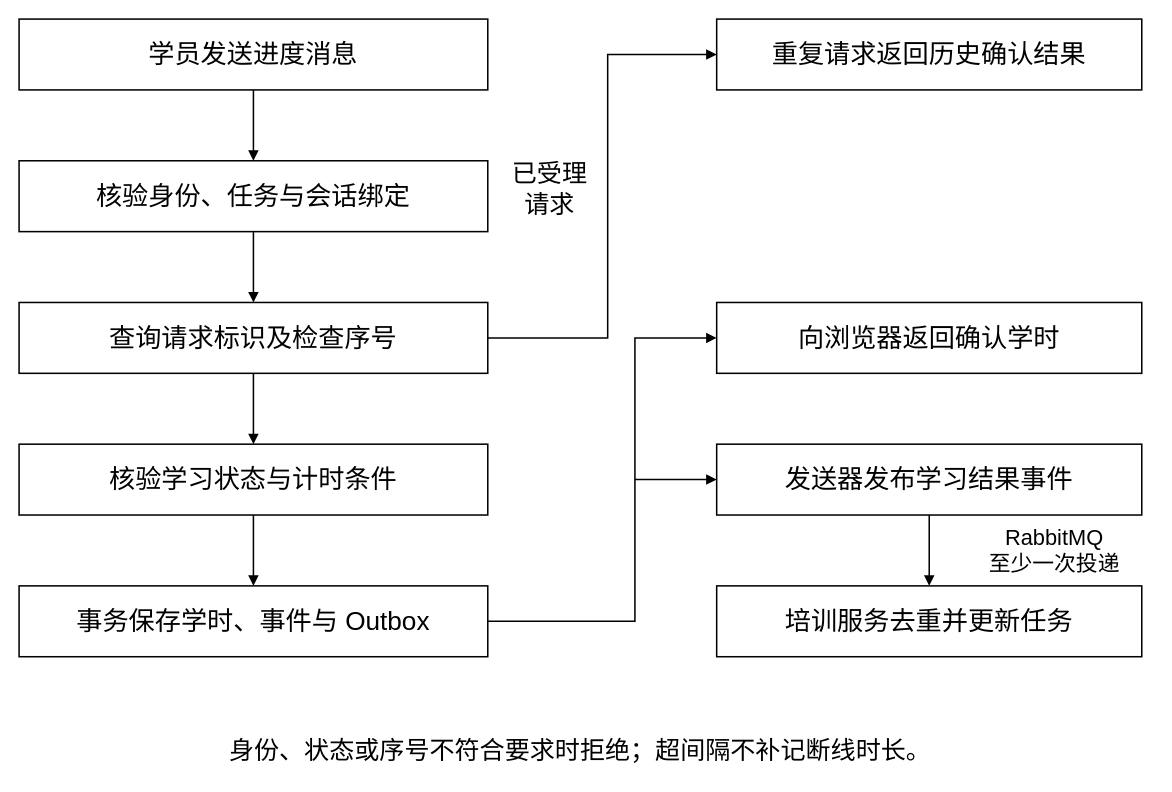
Above: docs/thesis/figures/advisor-20260930/learning-flow.drawio in Lijian500/road-transport-training-platform (draw.io), before the change. Source tidied: cells renumbered, new cells numbered last; positions are measured from the earlier drawing's top-left corner, leaving out a move shared by most shapes. Both pictures are drawn from the tidied source at 109%, with x=0, y=0 at pixel (19, 19).
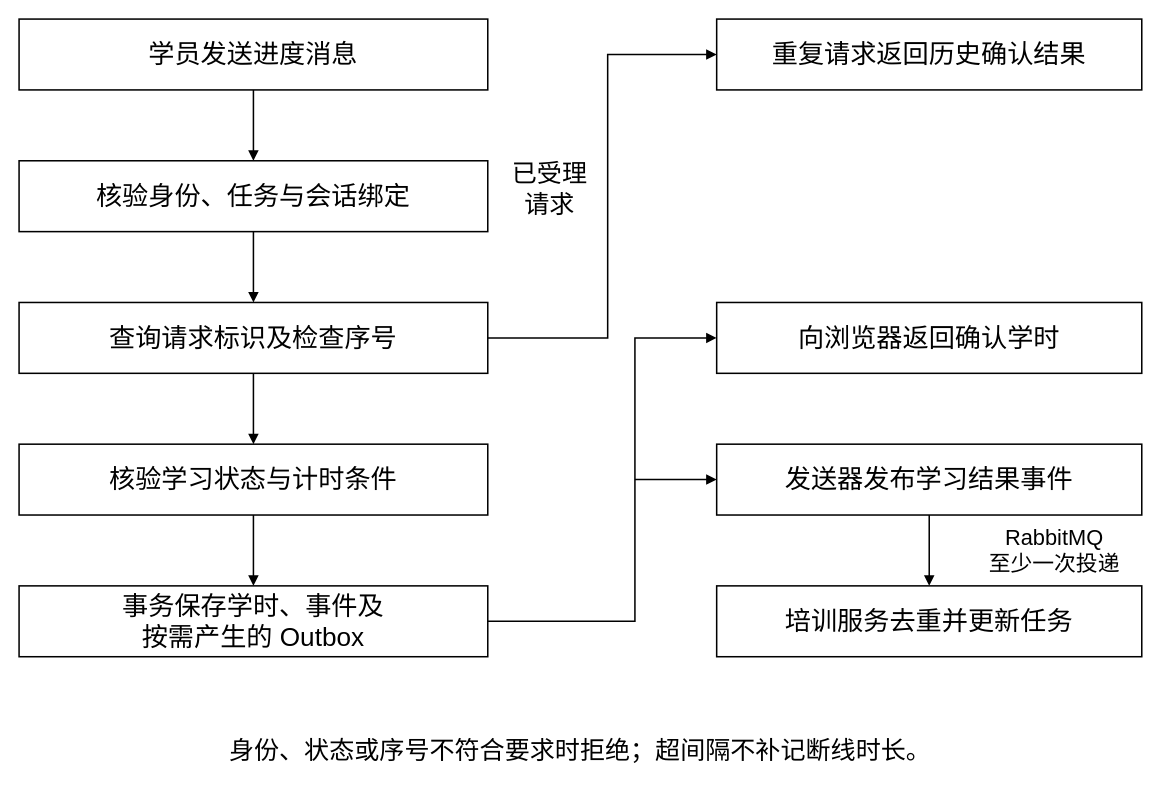
After the change.

Diff of the diagram source:
```diff
@@
-    <mxCell id="14" value="事务保存学时、事件与 Outbox" style="rounded=0;whiteSpace=wrap;html=1;fillColor=#ffffff;fontColor=#000000;fontFamily=SimSun;fontSize=24;align=center;verticalAlign=middle;spacing=0;strokeColor=#000000;strokeWidth=1.4;" parent="1" vertex="1">
+    <mxCell id="14" value="事务保存学时、事件及&lt;br&gt;按需产生的 Outbox" style="rounded=0;whiteSpace=wrap;html=1;fillColor=#ffffff;fontColor=#000000;fontFamily=SimSun;fontSize=24;align=center;verticalAlign=middle;spacing=0;strokeColor=#000000;strokeWidth=1.4;" parent="1" vertex="1">
       <mxGeometry y="520" width="430" height="65" as="geometry" />
     </mxCell>
```
